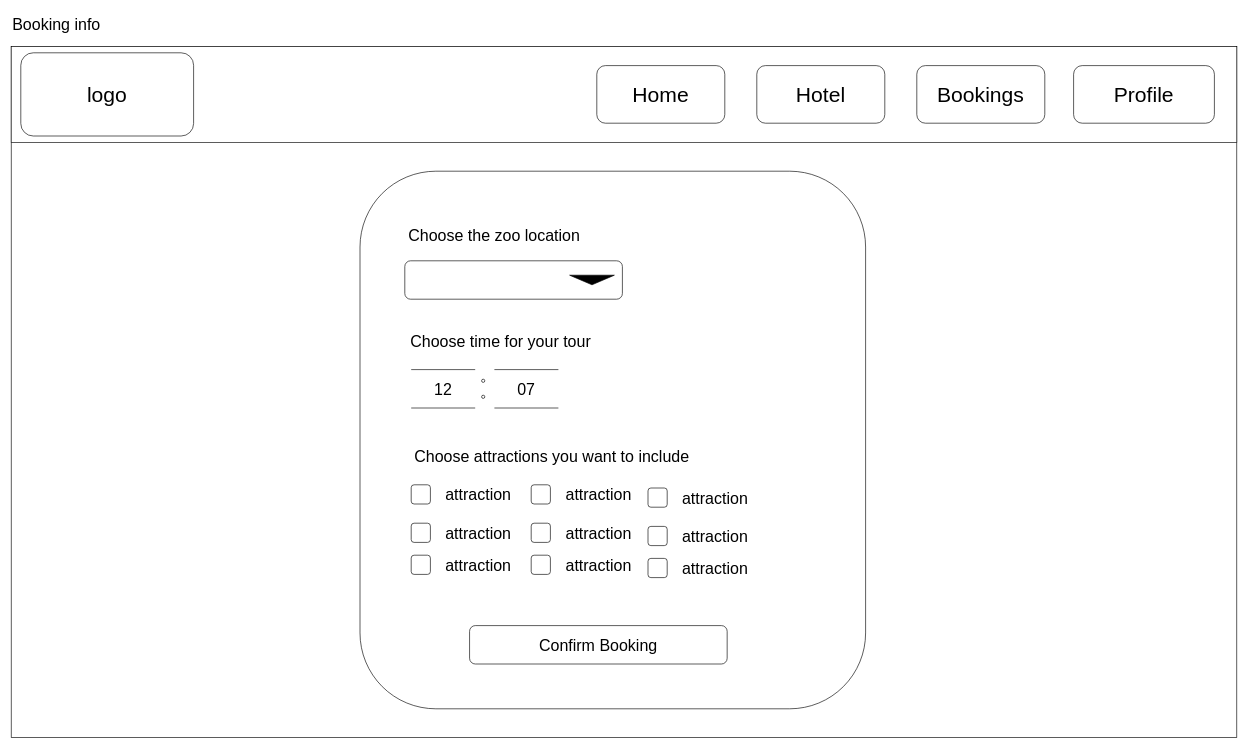
VladislavPrisacaru/mock-zoo keeps this draw.io diagram as page "Bookings Info Page" (5 of 8) of Task_1/Untitled Diagram.drawio. Above is the earlier version. Source tidied: cells renumbered, new cells numbered last; positions are measured from the earlier drawing's top-left corner, leaving out a move shared by most shapes. Both pictures are drawn from the tidied source at 64%, with x=0, y=0 at pixel (11, 11).
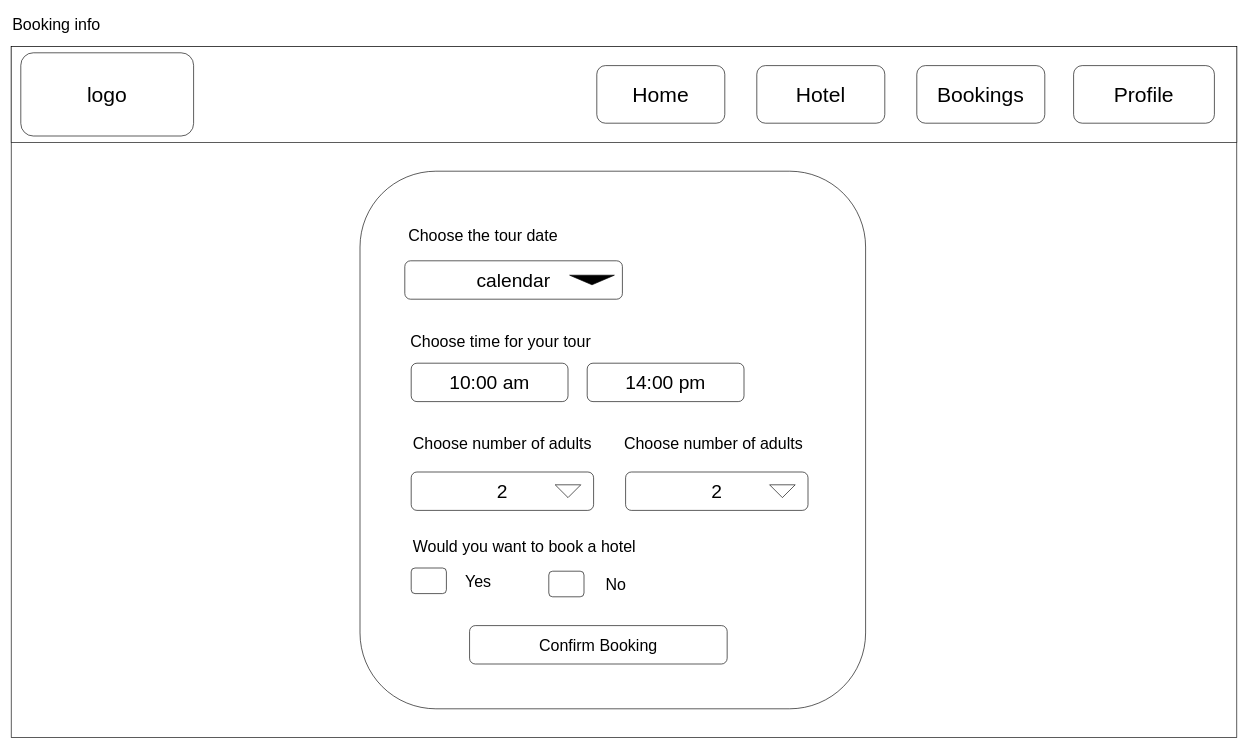
The same diagram, later.

Diff of the diagram source:
```diff
@@
-    <mxCell id="10" value="&lt;font style=&quot;font-size: 25px;&quot;&gt;Choose the zoo location&lt;/font&gt;" style="text;html=1;strokeColor=none;fillColor=none;align=center;verticalAlign=middle;whiteSpace=wrap;rounded=0;" parent="1" vertex="1">
-      <mxGeometry x="615" y="335" width="280" height="30" as="geometry" />
+    <mxCell id="10" value="&lt;font style=&quot;font-size: 25px;&quot;&gt;Choose the tour date&lt;/font&gt;" style="text;html=1;strokeColor=none;fillColor=none;align=center;verticalAlign=middle;whiteSpace=wrap;rounded=0;" parent="1" vertex="1">
+      <mxGeometry x="615" y="335" width="245" height="30" as="geometry" />
     </mxCell>
-    <mxCell id="11" style="rounded=1;whiteSpace=wrap;html=1;" parent="1" vertex="1">
+    <mxCell id="11" value="&lt;font style=&quot;font-size: 30px;&quot;&gt;calendar&lt;/font&gt;" style="rounded=1;whiteSpace=wrap;html=1;" parent="1" vertex="1">
       <mxGeometry x="615" y="390" width="340" height="60" as="geometry" />
     </mxCell>
@@
-    <mxCell id="13" style="shape=link;html=1;rounded=0;width=60;" parent="1" edge="1">
-      <mxGeometry relative="1" as="geometry">
-        <mxPoint x="625" y="590" as="sourcePoint" />
-        <mxPoint x="725" y="590" as="targetPoint" />
-      </mxGeometry>
-    </mxCell>
-    <mxCell id="14" style="shape=link;html=1;rounded=0;width=60;" parent="1" edge="1">
-      <mxGeometry relative="1" as="geometry">
-        <mxPoint x="755" y="590" as="sourcePoint" />
-        <mxPoint x="855" y="590" as="targetPoint" />
-      </mxGeometry>
-    </mxCell>
-    <mxCell id="15" style="ellipse;whiteSpace=wrap;html=1;" parent="1" vertex="1">
-      <mxGeometry x="735" y="575" width="5" height="5" as="geometry" />
-    </mxCell>
-    <mxCell id="16" style="ellipse;whiteSpace=wrap;html=1;" parent="1" vertex="1">
-      <mxGeometry x="735" y="600" width="5" height="5" as="geometry" />
-    </mxCell>
-    <mxCell id="17" value="&lt;font style=&quot;font-size: 25px;&quot;&gt;12&lt;/font&gt;" style="text;html=1;strokeColor=none;fillColor=none;align=center;verticalAlign=middle;whiteSpace=wrap;rounded=0;" parent="1" vertex="1">
-      <mxGeometry x="625" y="560" width="100" height="60" as="geometry" />
-    </mxCell>
-    <mxCell id="18" value="&lt;font style=&quot;font-size: 25px;&quot;&gt;07&lt;/font&gt;" style="text;html=1;strokeColor=none;fillColor=none;align=center;verticalAlign=middle;whiteSpace=wrap;rounded=0;" parent="1" vertex="1">
-      <mxGeometry x="755" y="560" width="100" height="60" as="geometry" />
-    </mxCell>
-    <mxCell id="19" value="&lt;font style=&quot;font-size: 25px;&quot;&gt;Choose attractions you want to include&lt;/font&gt;" style="text;html=1;strokeColor=none;fillColor=none;align=center;verticalAlign=middle;whiteSpace=wrap;rounded=0;" parent="1" vertex="1">
-      <mxGeometry x="625" y="680" width="440" height="30" as="geometry" />
-    </mxCell>
-    <mxCell id="20" style="rounded=1;whiteSpace=wrap;html=1;" parent="1" vertex="1">
-      <mxGeometry x="625" y="740" width="30" height="30" as="geometry" />
-    </mxCell>
-    <mxCell id="21" value="&lt;font style=&quot;font-size: 25px;&quot;&gt;attraction&lt;/font&gt;" style="text;html=1;strokeColor=none;fillColor=none;align=center;verticalAlign=middle;whiteSpace=wrap;rounded=0;" parent="1" vertex="1">
-      <mxGeometry x="675" y="740" width="110" height="30" as="geometry" />
-    </mxCell>
-    <mxCell id="22" style="rounded=1;whiteSpace=wrap;html=1;" parent="1" vertex="1">
-      <mxGeometry x="812.5" y="740" width="30" height="30" as="geometry" />
-    </mxCell>
-    <mxCell id="23" value="&lt;font style=&quot;font-size: 25px;&quot;&gt;attraction&lt;/font&gt;" style="text;html=1;strokeColor=none;fillColor=none;align=center;verticalAlign=middle;whiteSpace=wrap;rounded=0;" parent="1" vertex="1">
-      <mxGeometry x="862.5" y="740" width="110" height="30" as="geometry" />
-    </mxCell>
-    <mxCell id="24" style="rounded=1;whiteSpace=wrap;html=1;" parent="1" vertex="1">
-      <mxGeometry x="625" y="800" width="30" height="30" as="geometry" />
-    </mxCell>
-    <mxCell id="25" value="&lt;font style=&quot;font-size: 25px;&quot;&gt;attraction&lt;/font&gt;" style="text;html=1;strokeColor=none;fillColor=none;align=center;verticalAlign=middle;whiteSpace=wrap;rounded=0;" parent="1" vertex="1">
-      <mxGeometry x="675" y="800" width="110" height="30" as="geometry" />
-    </mxCell>
-    <mxCell id="26" style="rounded=1;whiteSpace=wrap;html=1;" parent="1" vertex="1">
-      <mxGeometry x="812.5" y="800" width="30" height="30" as="geometry" />
-    </mxCell>
-    <mxCell id="27" value="&lt;font style=&quot;font-size: 25px;&quot;&gt;attraction&lt;/font&gt;" style="text;html=1;strokeColor=none;fillColor=none;align=center;verticalAlign=middle;whiteSpace=wrap;rounded=0;" parent="1" vertex="1">
-      <mxGeometry x="862.5" y="800" width="110" height="30" as="geometry" />
-    </mxCell>
-    <mxCell id="28" style="rounded=1;whiteSpace=wrap;html=1;" parent="1" vertex="1">
-      <mxGeometry x="625" y="850" width="30" height="30" as="geometry" />
-    </mxCell>
-    <mxCell id="29" value="&lt;font style=&quot;font-size: 25px;&quot;&gt;attraction&lt;/font&gt;" style="text;html=1;strokeColor=none;fillColor=none;align=center;verticalAlign=middle;whiteSpace=wrap;rounded=0;" parent="1" vertex="1">
-      <mxGeometry x="675" y="850" width="110" height="30" as="geometry" />
-    </mxCell>
-    <mxCell id="30" style="rounded=1;whiteSpace=wrap;html=1;" parent="1" vertex="1">
-      <mxGeometry x="812.5" y="850" width="30" height="30" as="geometry" />
-    </mxCell>
-    <mxCell id="31" value="&lt;font style=&quot;font-size: 25px;&quot;&gt;attraction&lt;/font&gt;" style="text;html=1;strokeColor=none;fillColor=none;align=center;verticalAlign=middle;whiteSpace=wrap;rounded=0;" parent="1" vertex="1">
-      <mxGeometry x="862.5" y="850" width="110" height="30" as="geometry" />
-    </mxCell>
-    <mxCell id="32" style="rounded=1;whiteSpace=wrap;html=1;" parent="1" vertex="1">
-      <mxGeometry x="995" y="745" width="30" height="30" as="geometry" />
-    </mxCell>
-    <mxCell id="33" value="&lt;font style=&quot;font-size: 25px;&quot;&gt;attraction&lt;/font&gt;" style="text;html=1;strokeColor=none;fillColor=none;align=center;verticalAlign=middle;whiteSpace=wrap;rounded=0;" parent="1" vertex="1">
-      <mxGeometry x="1045" y="745" width="110" height="30" as="geometry" />
-    </mxCell>
-    <mxCell id="34" style="rounded=1;whiteSpace=wrap;html=1;" parent="1" vertex="1">
-      <mxGeometry x="995" y="805" width="30" height="30" as="geometry" />
-    </mxCell>
-    <mxCell id="35" value="&lt;font style=&quot;font-size: 25px;&quot;&gt;attraction&lt;/font&gt;" style="text;html=1;strokeColor=none;fillColor=none;align=center;verticalAlign=middle;whiteSpace=wrap;rounded=0;" parent="1" vertex="1">
-      <mxGeometry x="1045" y="805" width="110" height="30" as="geometry" />
-    </mxCell>
-    <mxCell id="36" style="rounded=1;whiteSpace=wrap;html=1;" parent="1" vertex="1">
-      <mxGeometry x="995" y="855" width="30" height="30" as="geometry" />
-    </mxCell>
-    <mxCell id="37" value="&lt;font style=&quot;font-size: 25px;&quot;&gt;attraction&lt;/font&gt;" style="text;html=1;strokeColor=none;fillColor=none;align=center;verticalAlign=middle;whiteSpace=wrap;rounded=0;" parent="1" vertex="1">
-      <mxGeometry x="1045" y="855" width="110" height="30" as="geometry" />
-    </mxCell>
@@
+    <mxCell id="41" value="&lt;font style=&quot;font-size: 30px;&quot;&gt;10:00 am&lt;/font&gt;" style="rounded=1;whiteSpace=wrap;html=1;" parent="1" vertex="1">
+      <mxGeometry x="625" y="550" width="245" height="60" as="geometry" />
+    </mxCell>
+    <mxCell id="42" value="&lt;span style=&quot;font-size: 30px;&quot;&gt;14:00 pm&lt;/span&gt;" style="rounded=1;whiteSpace=wrap;html=1;" parent="1" vertex="1">
+      <mxGeometry x="900" y="550" width="245" height="60" as="geometry" />
+    </mxCell>
+    <mxCell id="43" value="&lt;font style=&quot;font-size: 25px;&quot;&gt;Choose number of adults&lt;/font&gt;" style="text;html=1;strokeColor=none;fillColor=none;align=center;verticalAlign=middle;whiteSpace=wrap;rounded=0;" parent="1" vertex="1">
+      <mxGeometry x="625" y="660" width="285" height="30" as="geometry" />
+    </mxCell>
+    <mxCell id="44" value="&lt;font style=&quot;font-size: 25px;&quot;&gt;Choose number of adults&lt;/font&gt;" style="text;html=1;strokeColor=none;fillColor=none;align=center;verticalAlign=middle;whiteSpace=wrap;rounded=0;" parent="1" vertex="1">
+      <mxGeometry x="955" y="660" width="285" height="30" as="geometry" />
+    </mxCell>
+    <mxCell id="45" value="&lt;font style=&quot;font-size: 30px;&quot;&gt;2&lt;/font&gt;" style="rounded=1;whiteSpace=wrap;html=1;" parent="1" vertex="1">
+      <mxGeometry x="625" y="720" width="285" height="60" as="geometry" />
+    </mxCell>
+    <mxCell id="46" style="triangle;whiteSpace=wrap;html=1;rotation=90;" parent="1" vertex="1">
+      <mxGeometry x="860" y="730" width="20" height="40" as="geometry" />
+    </mxCell>
+    <mxCell id="47" value="&lt;font style=&quot;font-size: 30px;&quot;&gt;2&lt;/font&gt;" style="rounded=1;whiteSpace=wrap;html=1;" parent="1" vertex="1">
+      <mxGeometry x="960" y="720" width="285" height="60" as="geometry" />
+    </mxCell>
+    <mxCell id="48" style="triangle;whiteSpace=wrap;html=1;rotation=90;" parent="1" vertex="1">
+      <mxGeometry x="1195" y="730" width="20" height="40" as="geometry" />
+    </mxCell>
+    <mxCell id="49" value="&lt;font style=&quot;font-size: 25px;&quot;&gt;Would you want to book a hotel&lt;/font&gt;" style="text;html=1;strokeColor=none;fillColor=none;align=center;verticalAlign=middle;whiteSpace=wrap;rounded=0;" parent="1" vertex="1">
+      <mxGeometry x="622.5" y="820" width="357.5" height="30" as="geometry" />
+    </mxCell>
+    <mxCell id="50" style="rounded=1;whiteSpace=wrap;html=1;" parent="1" vertex="1">
+      <mxGeometry x="625" y="870" width="55" height="40" as="geometry" />
+    </mxCell>
+    <mxCell id="51" value="&lt;font style=&quot;font-size: 25px;&quot;&gt;Yes&lt;/font&gt;" style="text;html=1;strokeColor=none;fillColor=none;align=center;verticalAlign=middle;whiteSpace=wrap;rounded=0;" parent="1" vertex="1">
+      <mxGeometry x="700" y="875" width="60" height="30" as="geometry" />
+    </mxCell>
+    <mxCell id="52" style="rounded=1;whiteSpace=wrap;html=1;" parent="1" vertex="1">
+      <mxGeometry x="840" y="875" width="55" height="40" as="geometry" />
+    </mxCell>
+    <mxCell id="53" value="&lt;font style=&quot;font-size: 25px;&quot;&gt;No&lt;/font&gt;" style="text;html=1;strokeColor=none;fillColor=none;align=center;verticalAlign=middle;whiteSpace=wrap;rounded=0;" parent="1" vertex="1">
+      <mxGeometry x="915" y="880" width="60" height="30" as="geometry" />
+    </mxCell>
```
